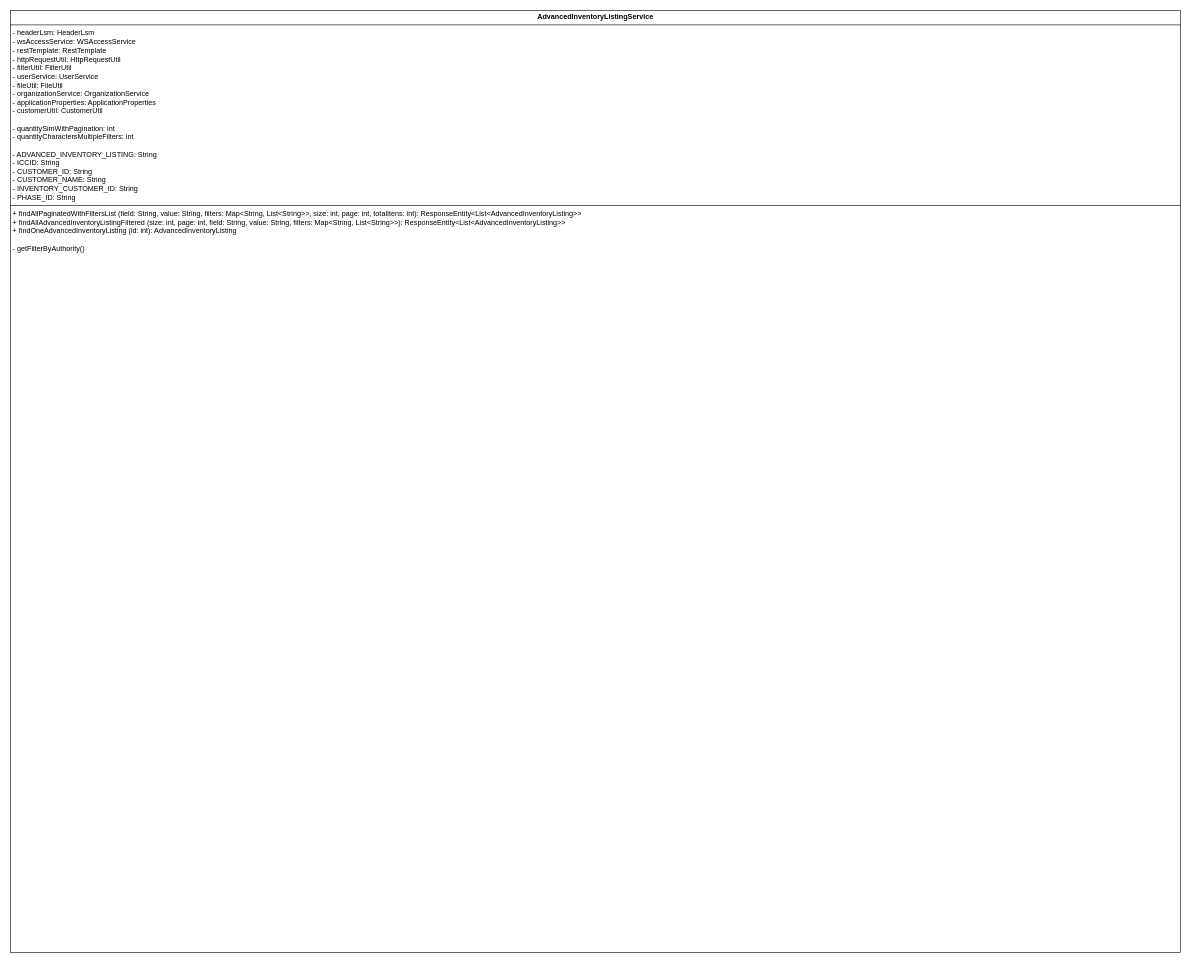
Above: AdvancedInventoryListingService.drawio in GiovanniMendesC/diagrama-classes-LSM (draw.io), before the change. Source tidied: cells renumbered, new cells numbered last; positions are measured from the earlier drawing's top-left corner, leaving out a move shared by most shapes. Both pictures are drawn from the tidied source at 60%, with x=0, y=0 at pixel (10, 10).
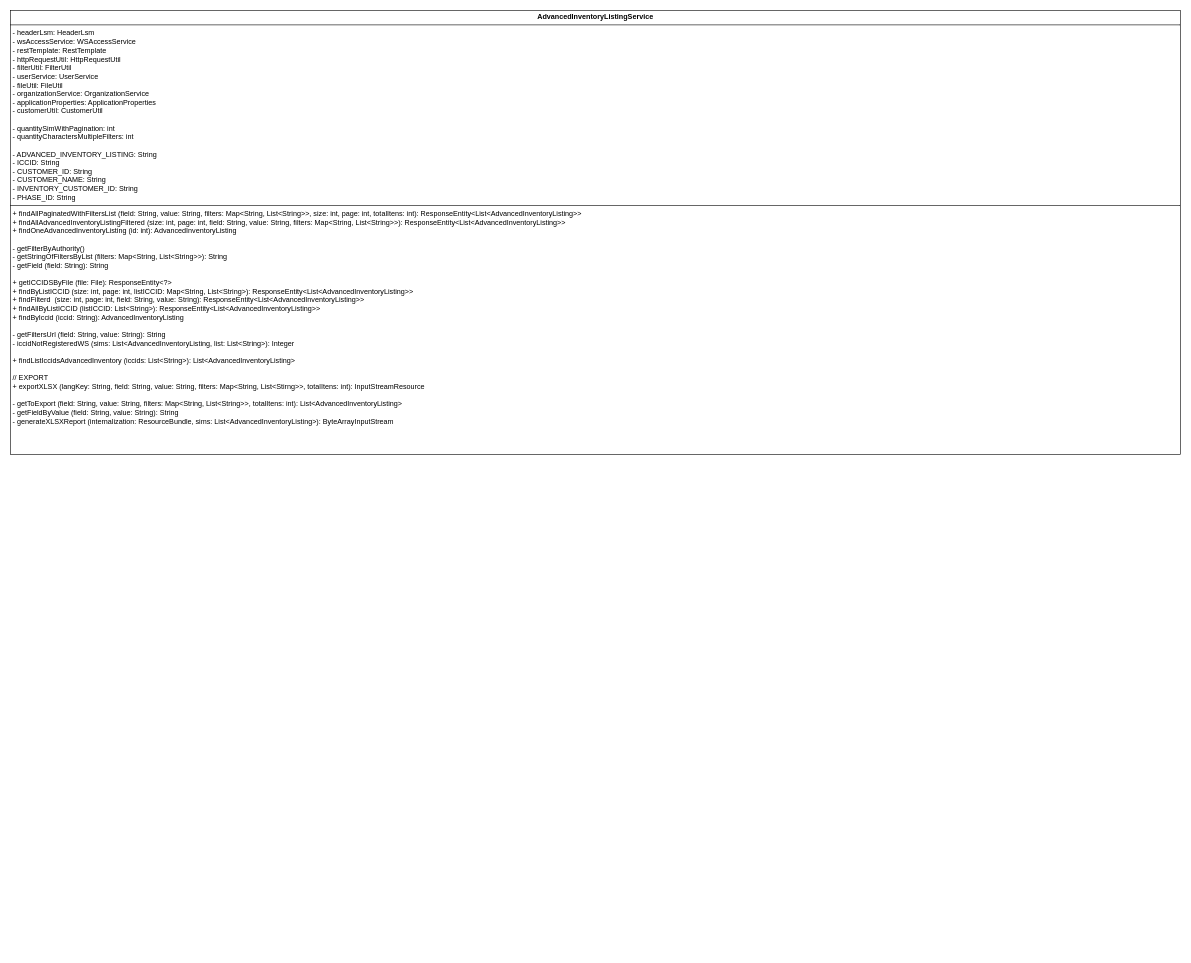
The same page after the edit.

The edit, as a diff of the source:
```diff
@@
 <mxGraphModel>
   <root>
     <mxCell id="0" />
     <mxCell id="1" parent="0" />
-    <mxCell id="2" value="&lt;p style=&quot;margin:0px;margin-top:4px;text-align:center;&quot;&gt;&lt;b&gt;AdvancedInventoryListingService&lt;/b&gt;&lt;/p&gt;&lt;hr size=&quot;1&quot; style=&quot;border-style:solid;&quot;&gt;&lt;p style=&quot;margin:0px;margin-left:4px;&quot;&gt;- headerLsm: HeaderLsm&lt;/p&gt;&lt;p style=&quot;margin:0px;margin-left:4px;&quot;&gt;- wsAccessService: WSAccessService&lt;/p&gt;&lt;p style=&quot;margin:0px;margin-left:4px;&quot;&gt;- restTemplate: RestTemplate&lt;/p&gt;&lt;p style=&quot;margin:0px;margin-left:4px;&quot;&gt;- httpRequestUtil: HttpRequestUtil&lt;/p&gt;&lt;p style=&quot;margin:0px;margin-left:4px;&quot;&gt;- filterUtil: FilterUtil&lt;/p&gt;&lt;p style=&quot;margin:0px;margin-left:4px;&quot;&gt;- userService: UserService&lt;/p&gt;&lt;p style=&quot;margin:0px;margin-left:4px;&quot;&gt;- fileUtil: FileUtil&lt;/p&gt;&lt;p style=&quot;margin:0px;margin-left:4px;&quot;&gt;- organizationService: OrganizationService&lt;/p&gt;&lt;p style=&quot;margin:0px;margin-left:4px;&quot;&gt;- applicationProperties: ApplicationProperties&lt;/p&gt;&lt;p style=&quot;margin:0px;margin-left:4px;&quot;&gt;- customerUtil: CustomerUtil&lt;/p&gt;&lt;p style=&quot;margin:0px;margin-left:4px;&quot;&gt;&lt;br&gt;&lt;/p&gt;&lt;p style=&quot;margin:0px;margin-left:4px;&quot;&gt;- quantitySimWithPagination: int&lt;/p&gt;&lt;p style=&quot;margin:0px;margin-left:4px;&quot;&gt;- quantityCharactersMultipleFilters: int&lt;/p&gt;&lt;p style=&quot;margin:0px;margin-left:4px;&quot;&gt;&lt;br&gt;&lt;/p&gt;&lt;p style=&quot;margin:0px;margin-left:4px;&quot;&gt;- ADVANCED_INVENTORY_LISTING: String&lt;/p&gt;&lt;p style=&quot;margin:0px;margin-left:4px;&quot;&gt;- ICCID: String&lt;/p&gt;&lt;p style=&quot;margin:0px;margin-left:4px;&quot;&gt;- CUSTOMER_ID: String&lt;/p&gt;&lt;p style=&quot;margin:0px;margin-left:4px;&quot;&gt;- CUSTOMER_NAME: String&lt;/p&gt;&lt;p style=&quot;margin:0px;margin-left:4px;&quot;&gt;- INVENTORY_CUSTOMER_ID: String&lt;/p&gt;&lt;p style=&quot;margin:0px;margin-left:4px;&quot;&gt;- PHASE_ID: String&lt;/p&gt;&lt;hr size=&quot;1&quot; style=&quot;border-style:solid;&quot;&gt;&lt;p style=&quot;margin:0px;margin-left:4px;&quot;&gt;+ findAllPaginatedWithFiltersList (field: String, value: String, filters: Map&amp;lt;String, List&amp;lt;String&amp;gt;&amp;gt;, size: int, page: int, totalItens: int): ResponseEntity&amp;lt;List&amp;lt;AdvancedInventoryListing&amp;gt;&amp;gt;&lt;/p&gt;&lt;p style=&quot;margin:0px;margin-left:4px;&quot;&gt;+ findAllAdvancedInventoryListingFiltered (size: int, page: int, field: String, value: String, filters: Map&amp;lt;String, List&amp;lt;String&amp;gt;&amp;gt;): ResponseEntity&amp;lt;List&amp;lt;AdvancedInventoryListing&amp;gt;&amp;gt;&lt;/p&gt;&lt;p style=&quot;margin:0px;margin-left:4px;&quot;&gt;+ findOneAdvancedInventoryListing (id: int): AdvancedInventoryListing&lt;/p&gt;&lt;p style=&quot;margin:0px;margin-left:4px;&quot;&gt;&lt;br&gt;&lt;/p&gt;&lt;p style=&quot;margin:0px;margin-left:4px;&quot;&gt;- getFilterByAuthority()&lt;/p&gt;" style="verticalAlign=top;align=left;overflow=fill;html=1;whiteSpace=wrap;" parent="1" vertex="1">
-      <mxGeometry width="1950" height="1570" as="geometry" />
+    <mxCell id="2" value="&lt;p style=&quot;margin:0px;margin-top:4px;text-align:center;&quot;&gt;&lt;b&gt;AdvancedInventoryListingService&lt;/b&gt;&lt;/p&gt;&lt;hr size=&quot;1&quot; style=&quot;border-style:solid;&quot;&gt;&lt;p style=&quot;margin:0px;margin-left:4px;&quot;&gt;- headerLsm: HeaderLsm&lt;/p&gt;&lt;p style=&quot;margin:0px;margin-left:4px;&quot;&gt;- wsAccessService: WSAccessService&lt;/p&gt;&lt;p style=&quot;margin:0px;margin-left:4px;&quot;&gt;- restTemplate: RestTemplate&lt;/p&gt;&lt;p style=&quot;margin:0px;margin-left:4px;&quot;&gt;- httpRequestUtil: HttpRequestUtil&lt;/p&gt;&lt;p style=&quot;margin:0px;margin-left:4px;&quot;&gt;- filterUtil: FilterUtil&lt;/p&gt;&lt;p style=&quot;margin:0px;margin-left:4px;&quot;&gt;- userService: UserService&lt;/p&gt;&lt;p style=&quot;margin:0px;margin-left:4px;&quot;&gt;- fileUtil: FileUtil&lt;/p&gt;&lt;p style=&quot;margin:0px;margin-left:4px;&quot;&gt;- organizationService: OrganizationService&lt;/p&gt;&lt;p style=&quot;margin:0px;margin-left:4px;&quot;&gt;- applicationProperties: ApplicationProperties&lt;/p&gt;&lt;p style=&quot;margin:0px;margin-left:4px;&quot;&gt;- customerUtil: CustomerUtil&lt;/p&gt;&lt;p style=&quot;margin:0px;margin-left:4px;&quot;&gt;&lt;br&gt;&lt;/p&gt;&lt;p style=&quot;margin:0px;margin-left:4px;&quot;&gt;- quantitySimWithPagination: int&lt;/p&gt;&lt;p style=&quot;margin:0px;margin-left:4px;&quot;&gt;- quantityCharactersMultipleFilters: int&lt;/p&gt;&lt;p style=&quot;margin:0px;margin-left:4px;&quot;&gt;&lt;br&gt;&lt;/p&gt;&lt;p style=&quot;margin:0px;margin-left:4px;&quot;&gt;- ADVANCED_INVENTORY_LISTING: String&lt;/p&gt;&lt;p style=&quot;margin:0px;margin-left:4px;&quot;&gt;- ICCID: String&lt;/p&gt;&lt;p style=&quot;margin:0px;margin-left:4px;&quot;&gt;- CUSTOMER_ID: String&lt;/p&gt;&lt;p style=&quot;margin:0px;margin-left:4px;&quot;&gt;- CUSTOMER_NAME: String&lt;/p&gt;&lt;p style=&quot;margin:0px;margin-left:4px;&quot;&gt;- INVENTORY_CUSTOMER_ID: String&lt;/p&gt;&lt;p style=&quot;margin:0px;margin-left:4px;&quot;&gt;- PHASE_ID: String&lt;/p&gt;&lt;hr size=&quot;1&quot; style=&quot;border-style:solid;&quot;&gt;&lt;p style=&quot;margin:0px;margin-left:4px;&quot;&gt;+ findAllPaginatedWithFiltersList (field: String, value: String, filters: Map&amp;lt;String, List&amp;lt;String&amp;gt;&amp;gt;, size: int, page: int, totalItens: int): ResponseEntity&amp;lt;List&amp;lt;AdvancedInventoryListing&amp;gt;&amp;gt;&lt;/p&gt;&lt;p style=&quot;margin:0px;margin-left:4px;&quot;&gt;+ findAllAdvancedInventoryListingFiltered (size: int, page: int, field: String, value: String, filters: Map&amp;lt;String, List&amp;lt;String&amp;gt;&amp;gt;): ResponseEntity&amp;lt;List&amp;lt;AdvancedInventoryListing&amp;gt;&amp;gt;&lt;/p&gt;&lt;p style=&quot;margin:0px;margin-left:4px;&quot;&gt;+ findOneAdvancedInventoryListing (id: int): AdvancedInventoryListing&lt;/p&gt;&lt;p style=&quot;margin:0px;margin-left:4px;&quot;&gt;&lt;br&gt;&lt;/p&gt;&lt;p style=&quot;margin:0px;margin-left:4px;&quot;&gt;- getFilterByAuthority()&lt;/p&gt;&lt;p style=&quot;margin:0px;margin-left:4px;&quot;&gt;- getStringOfFiltersByList (filters: Map&amp;lt;String, List&amp;lt;String&amp;gt;&amp;gt;): String&lt;/p&gt;&lt;p style=&quot;margin:0px;margin-left:4px;&quot;&gt;- getField (field: String): String&lt;/p&gt;&lt;p style=&quot;margin:0px;margin-left:4px;&quot;&gt;&lt;br&gt;&lt;/p&gt;&lt;p style=&quot;margin:0px;margin-left:4px;&quot;&gt;+ getICCIDSByFile (file: File): ResponseEntity&amp;lt;?&amp;gt;&lt;/p&gt;&lt;p style=&quot;margin:0px;margin-left:4px;&quot;&gt;+ findByListICCID (size: int, page: int, listICCID: Map&amp;lt;String, List&amp;lt;String&amp;gt;): ResponseEntity&amp;lt;List&amp;lt;AdvancedInventoryListing&amp;gt;&amp;gt;&lt;/p&gt;&lt;p style=&quot;margin:0px;margin-left:4px;&quot;&gt;+ findFilterd&amp;nbsp; (size: int, page: int, field: String, value: String): ResponseEntity&amp;lt;List&amp;lt;AdvancedInventoryListing&amp;gt;&amp;gt;&lt;/p&gt;&lt;p style=&quot;margin:0px;margin-left:4px;&quot;&gt;+ findAllByListICCID (listICCID: List&amp;lt;String&amp;gt;): ResponseEntity&amp;lt;List&amp;lt;AdvancedInventoryListing&amp;gt;&amp;gt;&lt;/p&gt;&lt;p style=&quot;margin:0px;margin-left:4px;&quot;&gt;+ findByIccid (iccid: String): AdvancedInventoryListing&lt;/p&gt;&lt;p style=&quot;margin:0px;margin-left:4px;&quot;&gt;&lt;br&gt;&lt;/p&gt;&lt;p style=&quot;margin:0px;margin-left:4px;&quot;&gt;- getFiltersUrl (field: String, value: String): String&lt;/p&gt;&lt;p style=&quot;margin:0px;margin-left:4px;&quot;&gt;- iccidNotRegisteredWS (sims: List&amp;lt;AdvancedInventoryListing, list: List&amp;lt;String&amp;gt;): Integer&lt;/p&gt;&lt;p style=&quot;margin:0px;margin-left:4px;&quot;&gt;&lt;br&gt;&lt;/p&gt;&lt;p style=&quot;margin:0px;margin-left:4px;&quot;&gt;+ findListIccidsAdvancedInventory (iccids: List&amp;lt;String&amp;gt;): List&amp;lt;AdvancedInventoryListing&amp;gt;&lt;/p&gt;&lt;p style=&quot;margin:0px;margin-left:4px;&quot;&gt;&lt;br&gt;&lt;/p&gt;&lt;p style=&quot;margin:0px;margin-left:4px;&quot;&gt;// EXPORT&lt;/p&gt;&lt;p style=&quot;margin:0px;margin-left:4px;&quot;&gt;+ exportXLSX (langKey: String, field: String, value: String, filters: Map&amp;lt;String, List&amp;lt;Stirng&amp;gt;&amp;gt;, totalItens: int): InputStreamResource&lt;/p&gt;&lt;p style=&quot;margin:0px;margin-left:4px;&quot;&gt;&lt;br&gt;&lt;/p&gt;&lt;p style=&quot;margin:0px;margin-left:4px;&quot;&gt;- getToExport (field: String, value: String, filters: Map&amp;lt;String, List&amp;lt;String&amp;gt;&amp;gt;, totalItens: int): List&amp;lt;AdvancedInventoryListing&amp;gt;&lt;/p&gt;&lt;p style=&quot;margin:0px;margin-left:4px;&quot;&gt;- getFieldByValue (field: String, value: String): String&lt;/p&gt;&lt;p style=&quot;margin:0px;margin-left:4px;&quot;&gt;- generateXLSXReport (internalization: ResourceBundle, sims: List&amp;lt;AdvancedInventoryListing&amp;gt;): ByteArrayInputStream&lt;/p&gt;&lt;p style=&quot;margin:0px;margin-left:4px;&quot;&gt;&lt;br&gt;&lt;/p&gt;" style="verticalAlign=top;align=left;overflow=fill;html=1;whiteSpace=wrap;" parent="1" vertex="1">
+      <mxGeometry width="1950" height="740" as="geometry" />
     </mxCell>
   </root>
 </mxGraphModel>
```
